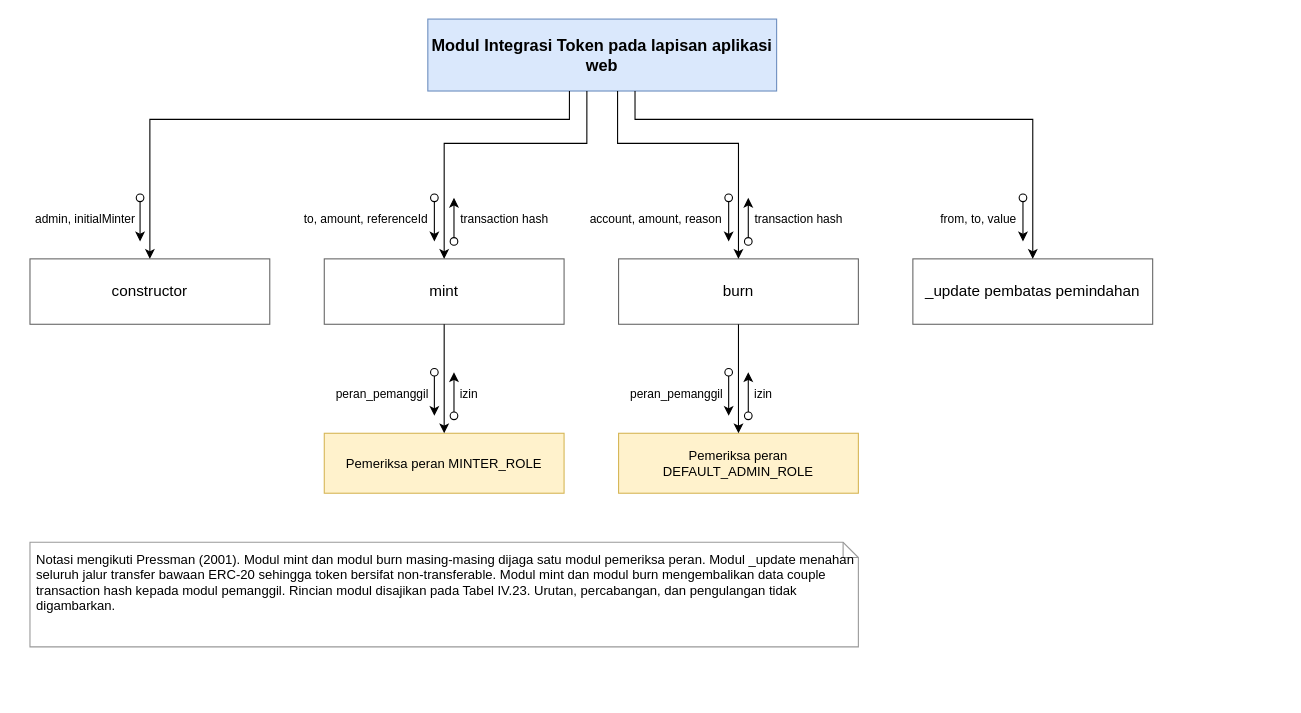
The draw.io diagram docs/diagram/IV-13-structure-chart-token.drawio in SandChik/TugasAkhir, before the edit. Source tidied: cells renumbered, new cells numbered last; positions are measured from the earlier drawing's top-left corner, leaving out a move shared by most shapes. Both pictures are drawn from the tidied source at 109%, with x=0, y=0 at pixel (29, 19).
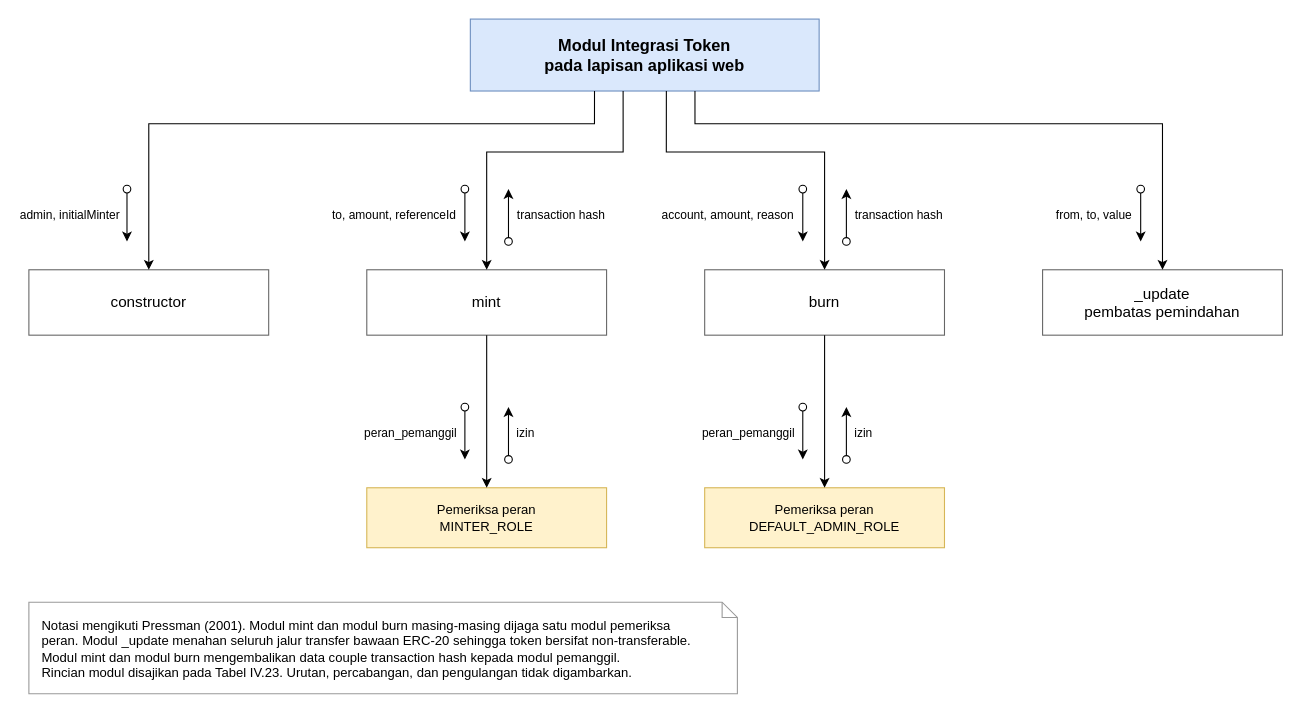
Above is the later version.

The edit, as a diff of the source:
```diff
@@
-    <mxCell id="2" value="Modul Integrasi Token pada lapisan aplikasi web" style="rounded=0;whiteSpace=wrap;html=1;fontSize=15;align=center;strokeColor=#6c8ebf;fillColor=#dae8fc;fontStyle=1;" parent="1" vertex="1">
-      <mxGeometry x="365" width="320" height="66" as="geometry" />
+    <mxCell id="2" value="Modul Integrasi Token&lt;br&gt;pada lapisan aplikasi web" style="rounded=0;whiteSpace=wrap;html=1;fontSize=15;align=center;strokeColor=#6c8ebf;fillColor=#dae8fc;fontStyle=1;" parent="1" vertex="1">
+      <mxGeometry x="404" width="320" height="66" as="geometry" />
     </mxCell>
     <mxCell id="3" value="constructor" style="rounded=0;whiteSpace=wrap;html=1;fontSize=14;align=center;strokeColor=#666666;fillColor=#ffffff;" parent="1" vertex="1">
-      <mxGeometry y="220" width="220" height="60" as="geometry" />
+      <mxGeometry x="-1" y="230" width="220" height="60" as="geometry" />
     </mxCell>
     <mxCell id="4" value="mint" style="rounded=0;whiteSpace=wrap;html=1;fontSize=14;align=center;strokeColor=#666666;fillColor=#ffffff;" parent="1" vertex="1">
-      <mxGeometry x="270" y="220" width="220" height="60" as="geometry" />
+      <mxGeometry x="309" y="230" width="220" height="60" as="geometry" />
     </mxCell>
     <mxCell id="5" value="burn" style="rounded=0;whiteSpace=wrap;html=1;fontSize=14;align=center;strokeColor=#666666;fillColor=#ffffff;" parent="1" vertex="1">
-      <mxGeometry x="540" y="220" width="220" height="60" as="geometry" />
+      <mxGeometry x="619" y="230" width="220" height="60" as="geometry" />
     </mxCell>
-    <mxCell id="6" value="_update pembatas pemindahan" style="rounded=0;whiteSpace=wrap;html=1;fontSize=14;align=center;strokeColor=#666666;fillColor=#ffffff;" parent="1" vertex="1">
-      <mxGeometry x="810" y="220" width="220" height="60" as="geometry" />
+    <mxCell id="6" value="_update&lt;br&gt;pembatas pemindahan" style="rounded=0;whiteSpace=wrap;html=1;fontSize=14;align=center;strokeColor=#666666;fillColor=#ffffff;" parent="1" vertex="1">
+      <mxGeometry x="929" y="230" width="220" height="60" as="geometry" />
     </mxCell>
-    <mxCell id="7" value="Pemeriksa peran MINTER_ROLE" style="rounded=0;whiteSpace=wrap;html=1;fontSize=12;align=center;strokeColor=#d6b656;fillColor=#fff2cc;" parent="1" vertex="1">
-      <mxGeometry x="270" y="380" width="220" height="55" as="geometry" />
+    <mxCell id="7" value="Pemeriksa peran&lt;br&gt;MINTER_ROLE" style="rounded=0;whiteSpace=wrap;html=1;fontSize=12;align=center;strokeColor=#d6b656;fillColor=#fff2cc;" parent="1" vertex="1">
+      <mxGeometry x="309" y="430" width="220" height="55" as="geometry" />
     </mxCell>
-    <mxCell id="8" value="Pemeriksa peran DEFAULT_ADMIN_ROLE" style="rounded=0;whiteSpace=wrap;html=1;fontSize=12;align=center;strokeColor=#d6b656;fillColor=#fff2cc;" parent="1" vertex="1">
-      <mxGeometry x="540" y="380" width="220" height="55" as="geometry" />
+    <mxCell id="8" value="Pemeriksa peran&lt;br&gt;DEFAULT_ADMIN_ROLE" style="rounded=0;whiteSpace=wrap;html=1;fontSize=12;align=center;strokeColor=#d6b656;fillColor=#fff2cc;" parent="1" vertex="1">
+      <mxGeometry x="619" y="430" width="220" height="55" as="geometry" />
     </mxCell>
-    <mxCell id="9" value="Notasi mengikuti Pressman (2001). Modul mint dan modul burn masing-masing dijaga satu modul pemeriksa peran. Modul _update menahan seluruh jalur transfer bawaan ERC-20 sehingga token bersifat non-transferable. Modul mint dan modul burn mengembalikan data couple transaction hash kepada modul pemanggil. Rincian modul disajikan pada Tabel IV.23. Urutan, percabangan, dan pengulangan tidak digambarkan." style="shape=note;size=14;verticalAlign=top;spacingLeft=4;spacingTop=2;whiteSpace=wrap;html=1;fontSize=12;align=left;strokeColor=#999999;fillColor=#ffffff;" parent="1" vertex="1">
-      <mxGeometry y="480" width="760" height="96" as="geometry" />
+    <mxCell id="9" value="Notasi mengikuti Pressman (2001). Modul mint dan modul burn masing-masing dijaga satu modul pemeriksa&lt;br&gt;peran. Modul _update menahan seluruh jalur transfer bawaan ERC-20 sehingga token bersifat non-transferable.&lt;br&gt;Modul mint dan modul burn mengembalikan data couple transaction hash kepada modul pemanggil.&lt;br&gt;Rincian modul disajikan pada Tabel IV.23. Urutan, percabangan, dan pengulangan tidak digambarkan." style="shape=note;size=14;verticalAlign=top;spacingLeft=10;spacingRight=20;spacingTop=8;whiteSpace=wrap;html=1;fontSize=12;align=left;strokeColor=#999999;fillColor=#ffffff;" parent="1" vertex="1">
+      <mxGeometry x="-1" y="535" width="650" height="84" as="geometry" />
     </mxCell>
-    <mxCell id="10" style="edgeStyle=orthogonalEdgeStyle;rounded=0;html=1;strokeColor=#000000;endArrow=classic;startArrow=none;exitX=0.406;exitY=1.000;exitDx=0;exitDy=0;entryX=0.500;entryY=0.000;entryDx=0;entryDy=0;" parent="1" edge="1" source="2" target="3">
+    <mxCell id="10" style="edgeStyle=orthogonalEdgeStyle;rounded=0;html=1;strokeColor=#000000;endArrow=classic;startArrow=none;exitX=0.356;exitY=1.000;exitDx=0;exitDy=0;entryX=0.500;entryY=0.000;entryDx=0;entryDy=0;" parent="1" edge="1" source="2" target="3">
       <mxGeometry relative="1" as="geometry">
         <Array as="points">
-          <mxPoint x="495" y="92" />
-          <mxPoint x="110" y="92" />
+          <mxPoint x="518" y="96" />
+          <mxPoint x="109" y="96" />
         </Array>
       </mxGeometry>
     </mxCell>
     <mxCell id="11" style="edgeStyle=orthogonalEdgeStyle;rounded=0;html=1;strokeColor=#000000;endArrow=classic;startArrow=oval;startFill=0;startSize=7;" parent="1" edge="1">
       <mxGeometry relative="1" as="geometry">
-        <mxPoint x="101" y="164" as="sourcePoint" />
-        <mxPoint x="101" y="204" as="targetPoint" />
+        <mxPoint x="89" y="156" as="sourcePoint" />
+        <mxPoint x="89" y="204" as="targetPoint" />
       </mxGeometry>
     </mxCell>
-    <mxCell id="12" style="edgeStyle=orthogonalEdgeStyle;rounded=0;html=1;strokeColor=#000000;endArrow=classic;startArrow=none;exitX=0.456;exitY=1.000;exitDx=0;exitDy=0;entryX=0.500;entryY=0.000;entryDx=0;entryDy=0;" parent="1" edge="1" source="2" target="4">
+    <mxCell id="12" style="edgeStyle=orthogonalEdgeStyle;rounded=0;html=1;strokeColor=#000000;endArrow=classic;startArrow=none;exitX=0.438;exitY=1.000;exitDx=0;exitDy=0;entryX=0.500;entryY=0.000;entryDx=0;entryDy=0;" parent="1" edge="1" source="2" target="4">
       <mxGeometry relative="1" as="geometry">
         <Array as="points">
-          <mxPoint x="511" y="114" />
-          <mxPoint x="380" y="114" />
+          <mxPoint x="544" y="122" />
+          <mxPoint x="419" y="122" />
         </Array>
       </mxGeometry>
     </mxCell>
     <mxCell id="13" style="edgeStyle=orthogonalEdgeStyle;rounded=0;html=1;strokeColor=#000000;endArrow=classic;startArrow=oval;startFill=0;startSize=7;" parent="1" edge="1">
       <mxGeometry relative="1" as="geometry">
-        <mxPoint x="371" y="164" as="sourcePoint" />
-        <mxPoint x="371" y="204" as="targetPoint" />
+        <mxPoint x="399" y="156" as="sourcePoint" />
+        <mxPoint x="399" y="204" as="targetPoint" />
       </mxGeometry>
     </mxCell>
     <mxCell id="14" style="edgeStyle=orthogonalEdgeStyle;rounded=0;html=1;strokeColor=#000000;endArrow=classic;startArrow=oval;startFill=0;startSize=7;" parent="1" edge="1">
       <mxGeometry relative="1" as="geometry">
-        <mxPoint x="389" y="204" as="sourcePoint" />
-        <mxPoint x="389" y="164" as="targetPoint" />
+        <mxPoint x="439" y="204" as="sourcePoint" />
+        <mxPoint x="439" y="156" as="targetPoint" />
       </mxGeometry>
     </mxCell>
-    <mxCell id="15" style="edgeStyle=orthogonalEdgeStyle;rounded=0;html=1;strokeColor=#000000;endArrow=classic;startArrow=none;exitX=0.544;exitY=1.000;exitDx=0;exitDy=0;entryX=0.500;entryY=0.000;entryDx=0;entryDy=0;" parent="1" edge="1" source="2" target="5">
+    <mxCell id="15" style="edgeStyle=orthogonalEdgeStyle;rounded=0;html=1;strokeColor=#000000;endArrow=classic;startArrow=none;exitX=0.562;exitY=1.000;exitDx=0;exitDy=0;entryX=0.500;entryY=0.000;entryDx=0;entryDy=0;" parent="1" edge="1" source="2" target="5">
       <mxGeometry relative="1" as="geometry">
         <Array as="points">
-          <mxPoint x="539" y="114" />
-          <mxPoint x="650" y="114" />
+          <mxPoint x="584" y="122" />
+          <mxPoint x="729" y="122" />
         </Array>
       </mxGeometry>
     </mxCell>
     <mxCell id="16" style="edgeStyle=orthogonalEdgeStyle;rounded=0;html=1;strokeColor=#000000;endArrow=classic;startArrow=oval;startFill=0;startSize=7;" parent="1" edge="1">
       <mxGeometry relative="1" as="geometry">
-        <mxPoint x="641" y="164" as="sourcePoint" />
-        <mxPoint x="641" y="204" as="targetPoint" />
+        <mxPoint x="709" y="156" as="sourcePoint" />
+        <mxPoint x="709" y="204" as="targetPoint" />
       </mxGeometry>
     </mxCell>
     <mxCell id="17" style="edgeStyle=orthogonalEdgeStyle;rounded=0;html=1;strokeColor=#000000;endArrow=classic;startArrow=oval;startFill=0;startSize=7;" parent="1" edge="1">
       <mxGeometry relative="1" as="geometry">
-        <mxPoint x="659" y="204" as="sourcePoint" />
-        <mxPoint x="659" y="164" as="targetPoint" />
+        <mxPoint x="749" y="204" as="sourcePoint" />
+        <mxPoint x="749" y="156" as="targetPoint" />
       </mxGeometry>
     </mxCell>
-    <mxCell id="18" style="edgeStyle=orthogonalEdgeStyle;rounded=0;html=1;strokeColor=#000000;endArrow=classic;startArrow=none;exitX=0.594;exitY=1.000;exitDx=0;exitDy=0;entryX=0.500;entryY=0.000;entryDx=0;entryDy=0;" parent="1" edge="1" source="2" target="6">
+    <mxCell id="18" style="edgeStyle=orthogonalEdgeStyle;rounded=0;html=1;strokeColor=#000000;endArrow=classic;startArrow=none;exitX=0.644;exitY=1.000;exitDx=0;exitDy=0;entryX=0.500;entryY=0.000;entryDx=0;entryDy=0;" parent="1" edge="1" source="2" target="6">
       <mxGeometry relative="1" as="geometry">
         <Array as="points">
-          <mxPoint x="555" y="92" />
-          <mxPoint x="920" y="92" />
+          <mxPoint x="610" y="96" />
+          <mxPoint x="1039" y="96" />
         </Array>
       </mxGeometry>
     </mxCell>
     <mxCell id="19" style="edgeStyle=orthogonalEdgeStyle;rounded=0;html=1;strokeColor=#000000;endArrow=classic;startArrow=oval;startFill=0;startSize=7;" parent="1" edge="1">
       <mxGeometry relative="1" as="geometry">
-        <mxPoint x="911" y="164" as="sourcePoint" />
-        <mxPoint x="911" y="204" as="targetPoint" />
+        <mxPoint x="1019" y="156" as="sourcePoint" />
+        <mxPoint x="1019" y="204" as="targetPoint" />
       </mxGeometry>
     </mxCell>
@@
     <mxCell id="21" style="edgeStyle=orthogonalEdgeStyle;rounded=0;html=1;strokeColor=#000000;endArrow=classic;startArrow=oval;startFill=0;startSize=7;" parent="1" edge="1">
       <mxGeometry relative="1" as="geometry">
-        <mxPoint x="371" y="324" as="sourcePoint" />
-        <mxPoint x="371" y="364" as="targetPoint" />
+        <mxPoint x="399" y="356" as="sourcePoint" />
+        <mxPoint x="399" y="404" as="targetPoint" />
       </mxGeometry>
     </mxCell>
     <mxCell id="22" style="edgeStyle=orthogonalEdgeStyle;rounded=0;html=1;strokeColor=#000000;endArrow=classic;startArrow=oval;startFill=0;startSize=7;" parent="1" edge="1">
       <mxGeometry relative="1" as="geometry">
-        <mxPoint x="389" y="364" as="sourcePoint" />
-        <mxPoint x="389" y="324" as="targetPoint" />
+        <mxPoint x="439" y="404" as="sourcePoint" />
+        <mxPoint x="439" y="356" as="targetPoint" />
       </mxGeometry>
     </mxCell>
@@
     <mxCell id="24" style="edgeStyle=orthogonalEdgeStyle;rounded=0;html=1;strokeColor=#000000;endArrow=classic;startArrow=oval;startFill=0;startSize=7;" parent="1" edge="1">
       <mxGeometry relative="1" as="geometry">
-        <mxPoint x="641" y="324" as="sourcePoint" />
-        <mxPoint x="641" y="364" as="targetPoint" />
+        <mxPoint x="709" y="356" as="sourcePoint" />
+        <mxPoint x="709" y="404" as="targetPoint" />
       </mxGeometry>
     </mxCell>
     <mxCell id="25" style="edgeStyle=orthogonalEdgeStyle;rounded=0;html=1;strokeColor=#000000;endArrow=classic;startArrow=oval;startFill=0;startSize=7;" parent="1" edge="1">
       <mxGeometry relative="1" as="geometry">
-        <mxPoint x="659" y="364" as="sourcePoint" />
-        <mxPoint x="659" y="324" as="targetPoint" />
+        <mxPoint x="749" y="404" as="sourcePoint" />
+        <mxPoint x="749" y="356" as="targetPoint" />
       </mxGeometry>
     </mxCell>
     <mxCell id="26" value="admin, initialMinter" style="text;html=1;whiteSpace=wrap;fontSize=11;align=center;verticalAlign=middle;strokeColor=none;fillColor=#ffffff;" parent="1" vertex="1">
-      <mxGeometry x="4" y="176" width="94" height="15" as="geometry" />
+      <mxGeometry x="-10" y="172" width="94" height="15" as="geometry" />
     </mxCell>
     <mxCell id="27" value="to, amount, referenceId" style="text;html=1;whiteSpace=wrap;fontSize=11;align=center;verticalAlign=middle;strokeColor=none;fillColor=#ffffff;" parent="1" vertex="1">
-      <mxGeometry x="249" y="176" width="119" height="15" as="geometry" />
+      <mxGeometry x="275" y="172" width="119" height="15" as="geometry" />
     </mxCell>
     <mxCell id="28" value="transaction hash" style="text;html=1;whiteSpace=wrap;fontSize=11;align=center;verticalAlign=middle;strokeColor=none;fillColor=#ffffff;" parent="1" vertex="1">
-      <mxGeometry x="392" y="176" width="87" height="15" as="geometry" />
+      <mxGeometry x="444" y="172" width="87" height="15" as="geometry" />
     </mxCell>
     <mxCell id="29" value="account, amount, reason" style="text;html=1;whiteSpace=wrap;fontSize=11;align=center;verticalAlign=middle;strokeColor=none;fillColor=#ffffff;" parent="1" vertex="1">
-      <mxGeometry x="511" y="176" width="127" height="15" as="geometry" />
+      <mxGeometry x="577" y="172" width="127" height="15" as="geometry" />
     </mxCell>
     <mxCell id="30" value="transaction hash" style="text;html=1;whiteSpace=wrap;fontSize=11;align=center;verticalAlign=middle;strokeColor=none;fillColor=#ffffff;" parent="1" vertex="1">
-      <mxGeometry x="662" y="176" width="87" height="15" as="geometry" />
+      <mxGeometry x="754" y="172" width="87" height="15" as="geometry" />
     </mxCell>
     <mxCell id="31" value="from, to, value" style="text;html=1;whiteSpace=wrap;fontSize=11;align=center;verticalAlign=middle;strokeColor=none;fillColor=#ffffff;" parent="1" vertex="1">
-      <mxGeometry x="833" y="176" width="75" height="15" as="geometry" />
+      <mxGeometry x="939" y="172" width="75" height="15" as="geometry" />
     </mxCell>
     <mxCell id="32" value="peran_pemanggil" style="text;html=1;whiteSpace=wrap;fontSize=11;align=center;verticalAlign=middle;strokeColor=none;fillColor=#ffffff;" parent="1" vertex="1">
-      <mxGeometry x="279" y="336" width="89" height="15" as="geometry" />
+      <mxGeometry x="305" y="372" width="89" height="15" as="geometry" />
     </mxCell>
     <mxCell id="33" value="izin" style="text;html=1;whiteSpace=wrap;fontSize=11;align=center;verticalAlign=middle;strokeColor=none;fillColor=#ffffff;" parent="1" vertex="1">
-      <mxGeometry x="392" y="336" width="22" height="15" as="geometry" />
+      <mxGeometry x="444" y="372" width="22" height="15" as="geometry" />
     </mxCell>
     <mxCell id="34" value="peran_pemanggil" style="text;html=1;whiteSpace=wrap;fontSize=11;align=center;verticalAlign=middle;strokeColor=none;fillColor=#ffffff;" parent="1" vertex="1">
-      <mxGeometry x="549" y="336" width="89" height="15" as="geometry" />
+      <mxGeometry x="615" y="372" width="89" height="15" as="geometry" />
     </mxCell>
     <mxCell id="35" value="izin" style="text;html=1;whiteSpace=wrap;fontSize=11;align=center;verticalAlign=middle;strokeColor=none;fillColor=#ffffff;" parent="1" vertex="1">
-      <mxGeometry x="662" y="336" width="22" height="15" as="geometry" />
+      <mxGeometry x="754" y="372" width="22" height="15" as="geometry" />
     </mxCell>
```
